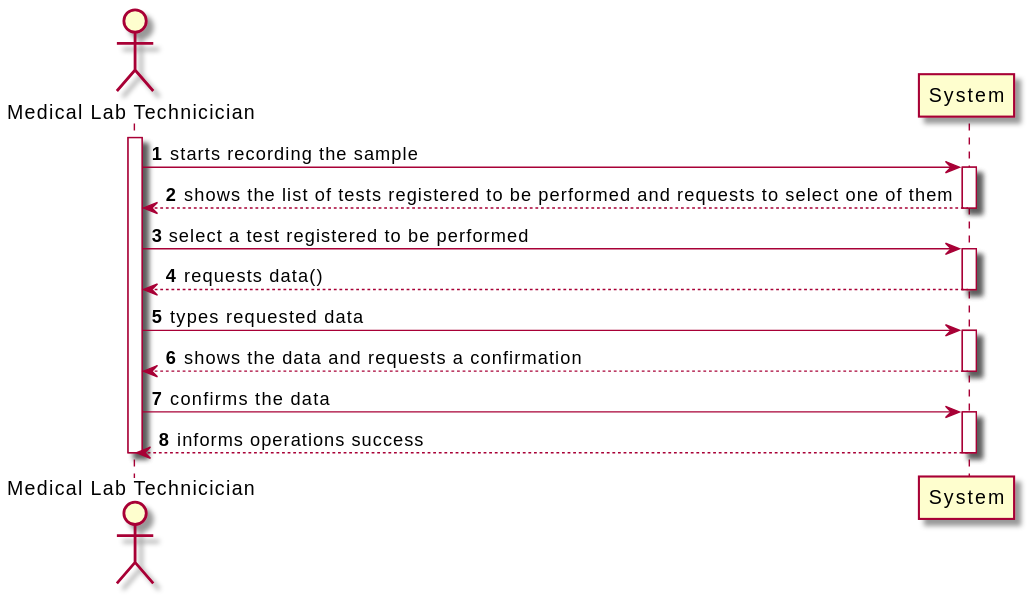
Earlier version of the PlantUML export docs/SprintC/US5_RecordTheSample/US005_SSD.svg (Pedromaia26/LAPR2-ISEP).
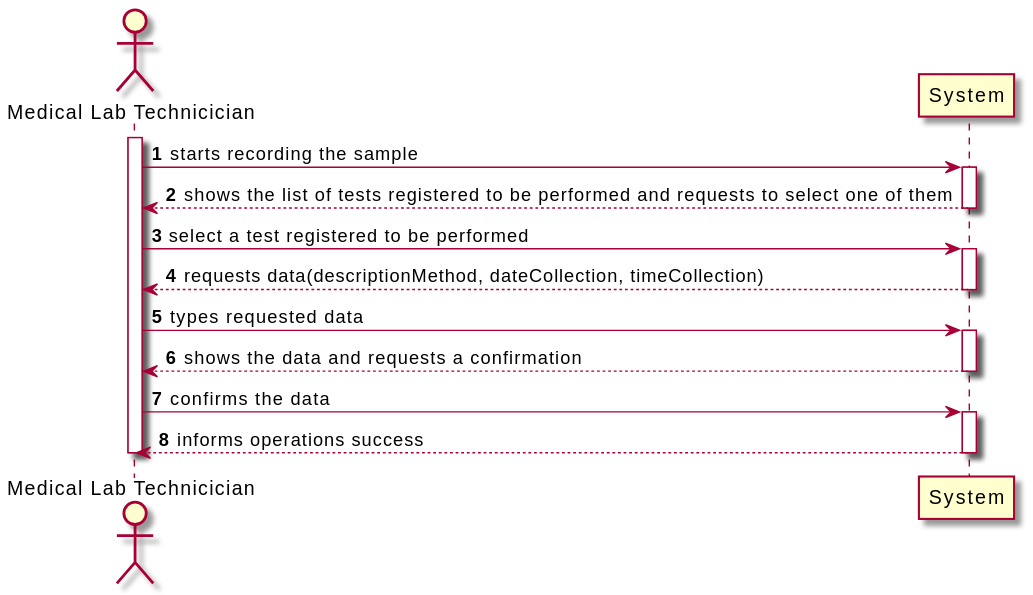
Later version of the same file.

The edit, as a diff of the source:
```diff
@@ -17,7 +17,7 @@
 MLT->sys : select a test registered to be performed
 activate sys
 
-sys-->MLT : requests data()
+sys-->MLT : requests data(descriptionMethod, dateCollection, timeCollection)
 deactivate sys
 
 MLT->sys : types requested data
```
